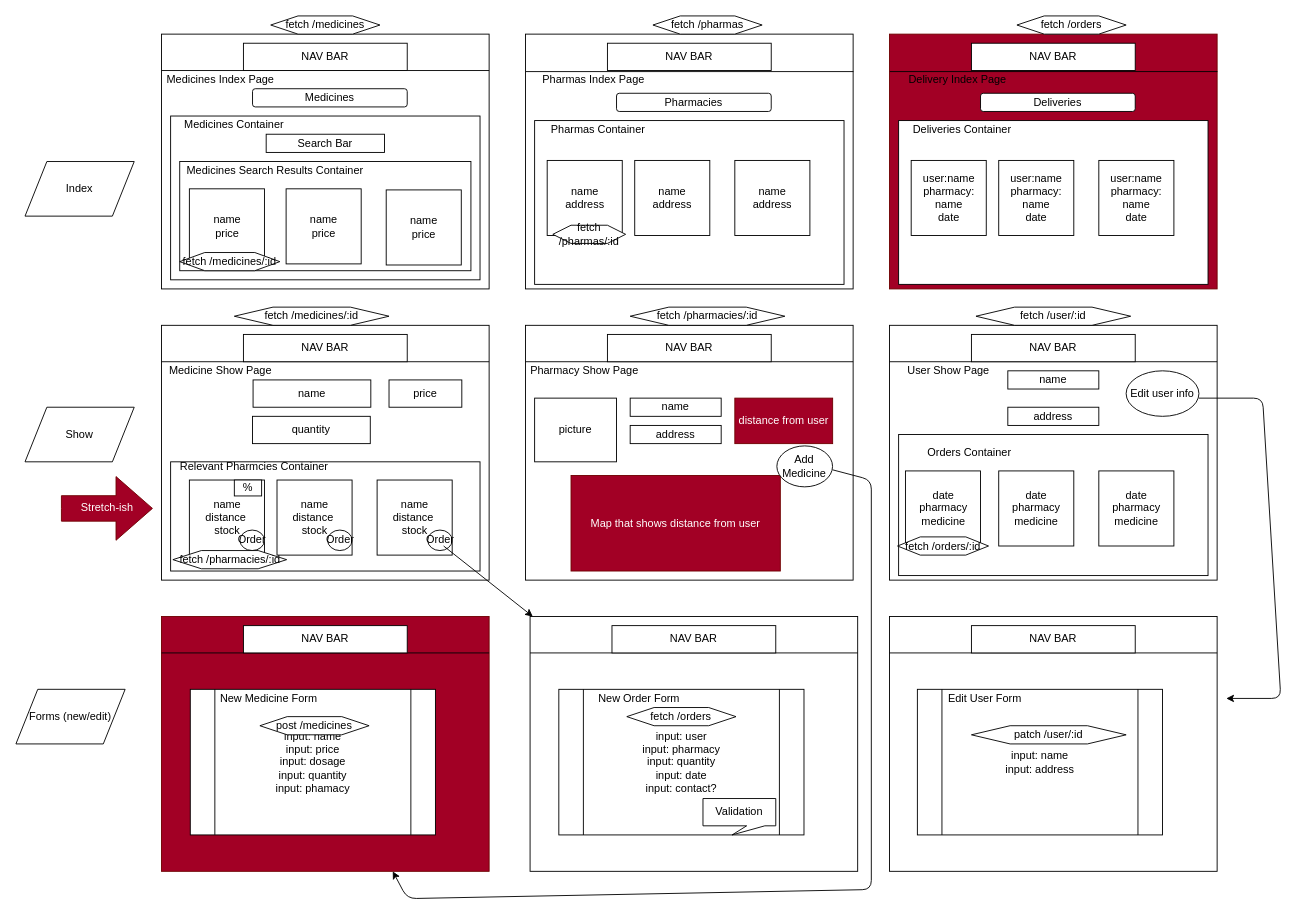
Above: wireframe.drawio in gbenga/mod5-project (draw.io), before the change. Source tidied: cells renumbered, new cells numbered last; positions are measured from the earlier drawing's top-left corner, leaving out a move shared by most shapes. Both pictures are drawn from the tidied source at 91%, with x=0, y=0 at pixel (15, 15).
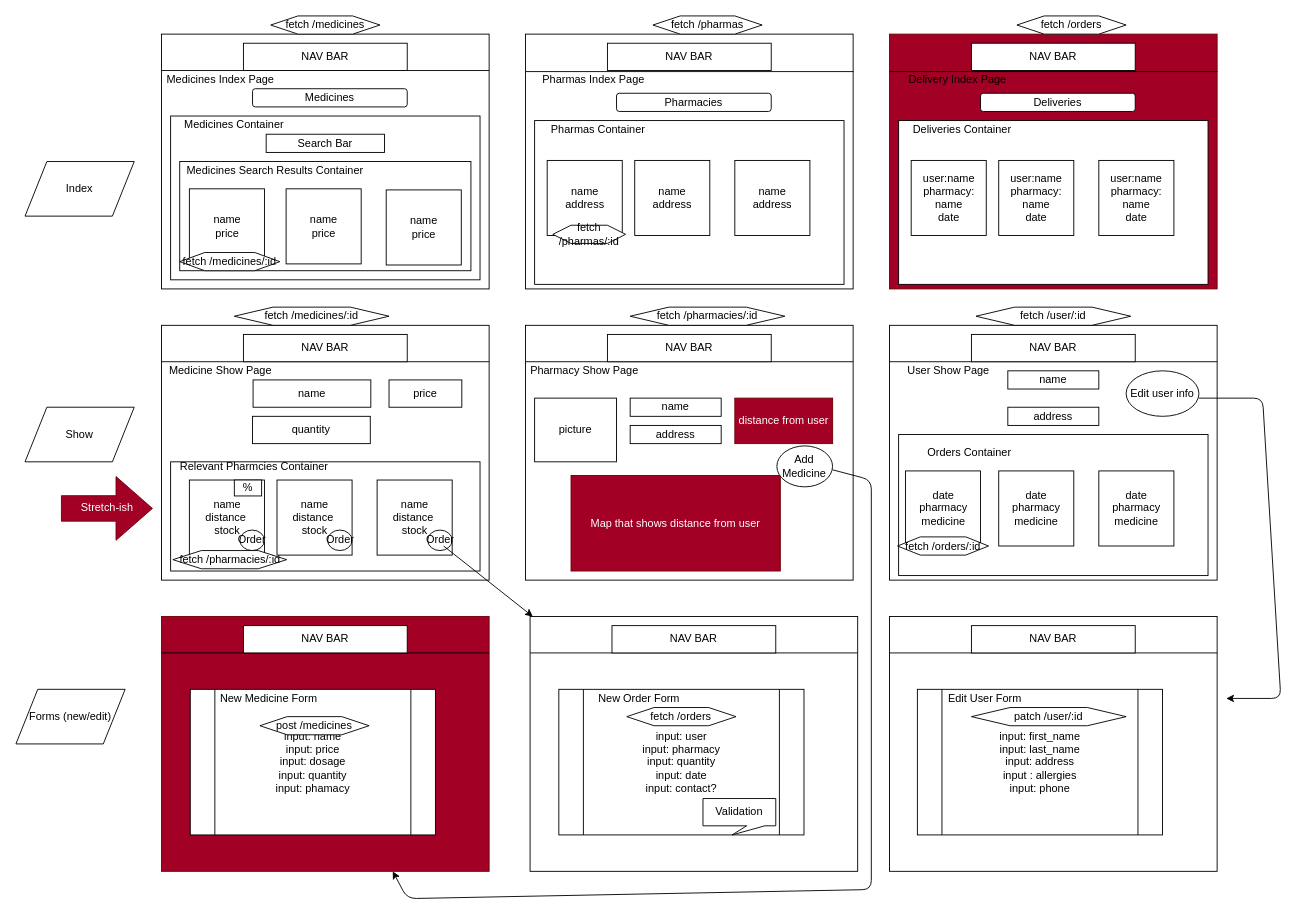
After the change.

What changed in the source:
```diff
@@
-    <mxCell id="3" value="input: name&lt;br&gt;input: address" style="shape=process;whiteSpace=wrap;html=1;backgroundOutline=1;" parent="1" vertex="1">
+    <mxCell id="3" value="input: first_name&lt;br&gt;input: last_name&lt;br&gt;input: address&lt;br&gt;input : allergies&lt;br&gt;input: phone" style="shape=process;whiteSpace=wrap;html=1;backgroundOutline=1;" parent="1" vertex="1">
       <mxGeometry x="990.6" y="740" width="269.4" height="160" as="geometry" />
     </mxCell>
@@
     <mxCell id="92" value="patch /user/:id" style="shape=hexagon;perimeter=hexagonPerimeter2;whiteSpace=wrap;html=1;" parent="1" vertex="1">
-      <mxGeometry x="1050" y="780" width="170" height="20" as="geometry" />
+      <mxGeometry x="1050" y="760" width="170" height="20" as="geometry" />
     </mxCell>
```
